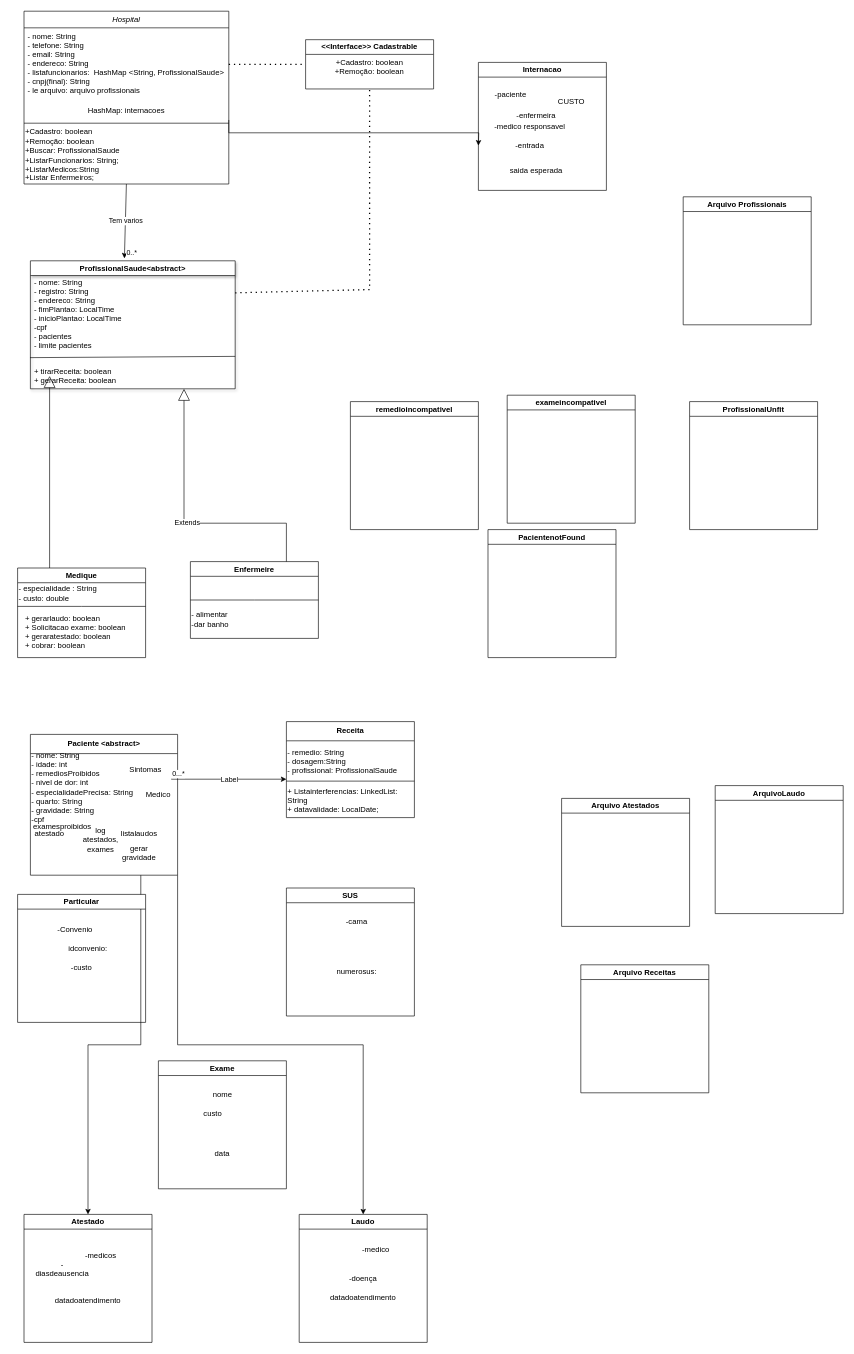
Earlier version of the draw.io diagram UML.drawio (Patricio-Andre/Trabalho-Final-MC322). Source tidied: cells renumbered, new cells numbered last; positions are measured from the earlier drawing's top-left corner, leaving out a move shared by most shapes. Both pictures are drawn from the tidied source at 64%, with x=0, y=0 at pixel (17, 11).
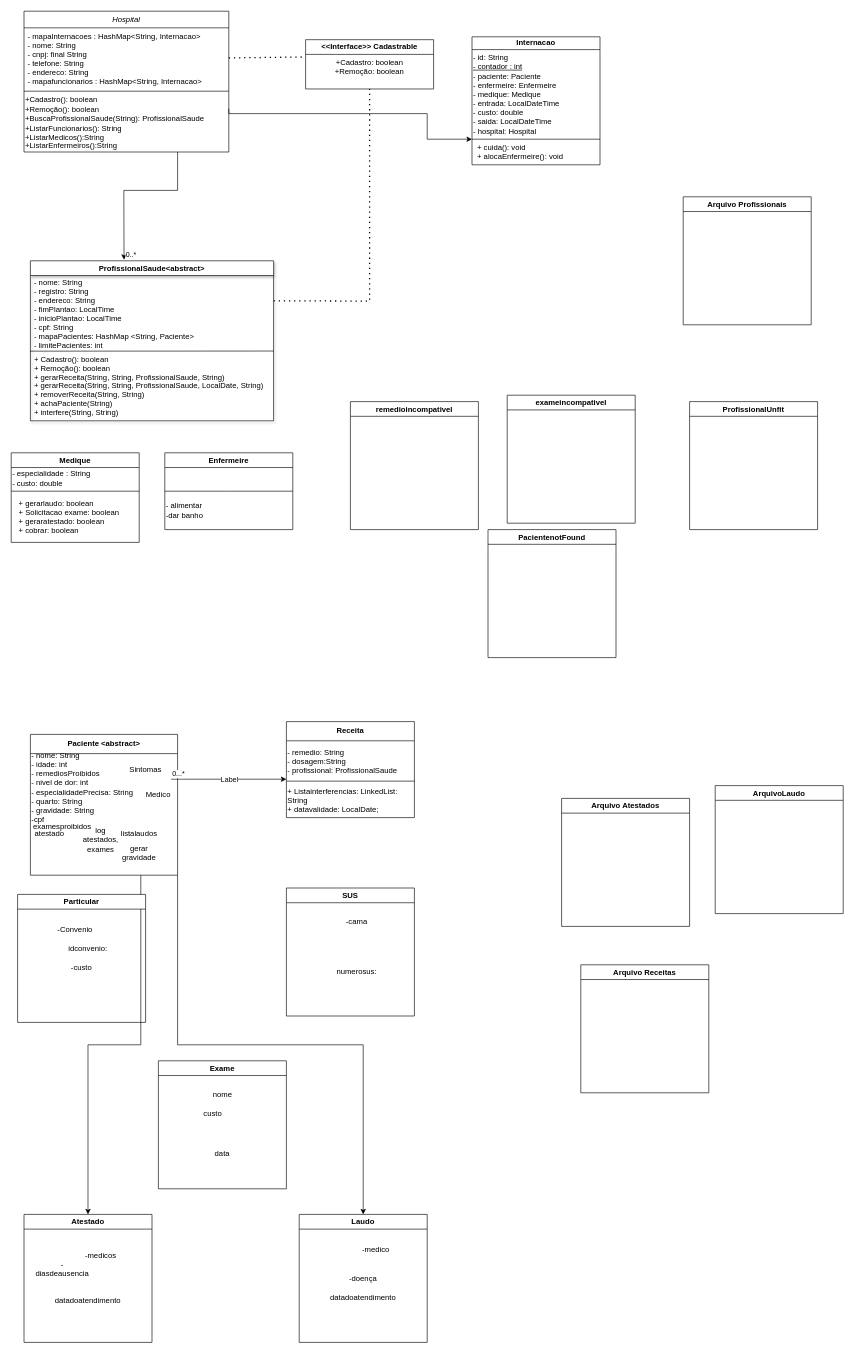
The same diagram, later.

Unchanged cells that the change refers to:
```xml
<mxCell id="8" value="&amp;lt;&amp;lt;Interface&amp;gt;&amp;gt; Cadastrable" style="swimlane;whiteSpace=wrap;html=1;" parent="1" vertex="1">
  <mxGeometry x="450" y="44.5" width="200" height="77" as="geometry" />
</mxCell>
<mxCell id="9" value="+Cadastro: boolean&lt;br&gt;+Remoção: boolean" style="text;html=1;strokeColor=none;fillColor=none;align=center;verticalAlign=middle;whiteSpace=wrap;rounded=0;" parent="8" vertex="1">
  <mxGeometry y="27" width="200" height="30" as="geometry" />
</mxCell>
```

What changed in the source:
```diff
@@
     <mxCell id="2" value="Hospital" style="swimlane;fontStyle=2;align=center;verticalAlign=top;horizontal=1;startSize=26;rounded=0;shadow=0;strokeWidth=1;" parent="1" vertex="1">
-      <mxGeometry x="10" width="320" height="270" as="geometry" />
+      <mxGeometry x="10" width="320" height="220" as="geometry" />
     </mxCell>
-    <mxCell id="3" value="- nome: String&#10;- telefone: String&#10;- email: String&#10;- endereco: String&#10;- listafuncionarios:  HashMap &lt;String, ProfissionalSaude&gt;&#10;- cnpj(final): String&#10;- le arquivo: arquivo profissionais" style="text;align=left;verticalAlign=top;spacingLeft=4;spacingRight=4;overflow=hidden;points=[[0,0.5],[1,0.5]];portConstraint=eastwest;" parent="2" vertex="1">
-      <mxGeometry y="26" width="320" height="114" as="geometry" />
+    <mxCell id="3" value="- mapaInternacoes : HashMap&lt;String, Internacao&gt;&#10;- nome: String &#10;- cnpj: final String &#10;- telefone: String &#10;- endereco: String&#10;- mapafuncionarios : HashMap&lt;String, Internacao&gt;" style="text;align=left;verticalAlign=top;spacingLeft=4;spacingRight=4;overflow=hidden;points=[[0,0.5],[1,0.5]];portConstraint=eastwest;" parent="2" vertex="1">
+      <mxGeometry y="26" width="320" height="94" as="geometry" />
     </mxCell>
-    <mxCell id="4" style="edgeStyle=orthogonalEdgeStyle;rounded=0;jettySize=auto;html=1;exitX=1;exitY=1;exitDx=0;exitDy=0;" parent="2" edge="1" source="5">
-      <mxGeometry relative="1" as="geometry">
-        <mxPoint x="710" y="210" as="targetPoint" />
-      </mxGeometry>
-    </mxCell>
-    <mxCell id="5" value="HashMap: internacoes" style="text;html=1;strokeColor=none;fillColor=none;align=center;verticalAlign=middle;whiteSpace=wrap;rounded=0;" parent="2" vertex="1">
-      <mxGeometry y="140" width="320" height="30" as="geometry" />
-    </mxCell>
     <mxCell id="6" style="line;html=1;strokeWidth=1;align=left;verticalAlign=middle;spacingTop=-1;spacingLeft=3;spacingRight=3;labelPosition=right;" parent="2" vertex="1">
-      <mxGeometry y="170" width="320" height="10" as="geometry" />
+      <mxGeometry y="120" width="320" height="10" as="geometry" />
     </mxCell>
-    <mxCell id="7" value="+Cadastro: boolean&lt;br&gt;+Remoção: boolean&lt;br&gt;+Buscar: ProfissionalSaude&lt;br&gt;+ListarFuncionarios: String;&lt;br&gt;+ListarMedicos:String&lt;br&gt;+Listar Enfermeiros;" style="text;html=1;strokeColor=none;fillColor=none;align=left;verticalAlign=middle;whiteSpace=wrap;rounded=0;" parent="2" vertex="1">
-      <mxGeometry y="180" width="320" height="90" as="geometry" />
+    <mxCell id="7" value="+Cadastro(): boolean&lt;br&gt;+Remoção(): boolean&lt;br&gt;+BuscaProfissionalSaude(String): ProfissionalSaude&lt;br&gt;+ListarFuncionarios(): String&lt;br&gt;+ListarMedicos():String&lt;br&gt;+ListarEnfermeiros():String" style="text;html=1;strokeColor=none;fillColor=none;align=left;verticalAlign=middle;whiteSpace=wrap;rounded=0;" parent="2" vertex="1">
+      <mxGeometry y="130" width="320" height="90" as="geometry" />
     </mxCell>
@@
-    <mxCell id="10" style="endArrow=none;dashed=1;html=1;dashPattern=1 3;strokeWidth=2;rounded=0;exitX=1;exitY=0.5;exitDx=0;exitDy=0;entryX=0;entryY=0.5;entryDx=0;entryDy=0;" parent="1" edge="1" source="3" target="8">
+    <mxCell id="10" style="endArrow=none;dashed=1;html=1;dashPattern=1 3;strokeWidth=2;rounded=0;exitX=1;exitY=0.5;exitDx=0;exitDy=0;entryX=0;entryY=0;entryDx=0;entryDy=0;" parent="1" edge="1" source="3" target="9">
       <mxGeometry relative="1" as="geometry" />
     </mxCell>
     <mxCell id="11" value="ProfissionalSaude&amp;lt;abstract&amp;gt;" style="swimlane;whiteSpace=wrap;html=1;shadow=1;" parent="1" vertex="1">
-      <mxGeometry x="20" y="390" width="320" height="200" as="geometry" />
+      <mxGeometry x="20" y="390" width="380" height="250" as="geometry" />
     </mxCell>
-    <mxCell id="12" value="- nome: String&#10;- registro: String&#10;- endereco: String&#10;- fimPlantao: LocalTime&#10;- inicioPlantao: LocalTime&#10;-cpf&#10;- pacientes&#10;- limite pacientes&#10;&#10;&#10;" style="text;align=left;verticalAlign=top;spacingLeft=4;spacingRight=4;overflow=hidden;points=[[0,0.5],[1,0.5]];portConstraint=eastwest;" parent="11" vertex="1">
-      <mxGeometry y="20" width="320" height="130" as="geometry" />
+    <mxCell id="12" value="- nome: String&#10;- registro: String&#10;- endereco: String&#10;- fimPlantao: LocalTime&#10;- inicioPlantao: LocalTime&#10;- cpf: String&#10;- mapaPacientes: HashMap &lt;String, Paciente&gt;&#10;- limitePacientes: int&#10;&#10;&#10;" style="text;align=left;verticalAlign=top;spacingLeft=4;spacingRight=4;overflow=hidden;points=[[0,0.5],[1,0.5]];portConstraint=eastwest;" parent="11" vertex="1">
+      <mxGeometry y="20" width="320" height="120" as="geometry" />
     </mxCell>
-    <mxCell id="13" style="edgeStyle=none;orthogonalLoop=1;jettySize=auto;html=1;rounded=0;exitX=-0.002;exitY=1.01;exitDx=0;exitDy=0;endArrow=none;endFill=0;exitPerimeter=0;entryX=1;entryY=0.995;entryDx=0;entryDy=0;entryPerimeter=0;" parent="11" edge="1" source="12" target="12">
-      <mxGeometry relative="1" as="geometry" />
+    <mxCell id="13" style="edgeStyle=none;jettySize=auto;html=1;rounded=0;exitX=-0.002;exitY=1.01;exitDx=0;exitDy=0;endArrow=none;endFill=0;exitPerimeter=0;" parent="11" edge="1" source="12">
+      <mxGeometry relative="1" as="geometry">
+        <mxPoint x="380" y="141" as="targetPoint" />
+      </mxGeometry>
     </mxCell>
-    <mxCell id="14" value="+ tirarReceita: boolean&#10;+ gerarReceita: boolean" style="text;align=left;verticalAlign=top;spacingLeft=4;spacingRight=4;overflow=hidden;" parent="11" vertex="1">
-      <mxGeometry y="160" width="320" height="30" as="geometry" />
+    <mxCell id="14" value="+ Cadastro(): boolean&#10;+ Remoção(): boolean&#10;+ gerarReceita(String, String, ProfissionalSaude, String)&#10;+ gerarReceita(String, String, ProfissionalSaude, LocalDate, String)&#10;+ removerReceita(String, String)&#10;+ achaPaciente(String)&#10;+ interfere(String, String)" style="text;align=left;verticalAlign=top;spacingLeft=4;spacingRight=4;overflow=hidden;" parent="11" vertex="1">
+      <mxGeometry y="140" width="380" height="110" as="geometry" />
     </mxCell>
-    <mxCell id="15" style="endArrow=classic;html=1;rounded=0;entryX=0.459;entryY=-0.019;entryDx=0;entryDy=0;exitX=0.5;exitY=1;exitDx=0;exitDy=0;entryPerimeter=0;" parent="1" edge="1" source="7" target="11">
-      <mxGeometry relative="1" as="geometry" />
+    <mxCell id="15" style="endArrow=classic;html=1;rounded=0;entryX=0.385;entryY=-0.006;entryDx=0;entryDy=0;entryPerimeter=0;exitX=0.75;exitY=1;exitDx=0;exitDy=0;" parent="1" edge="1" source="7" target="11">
+      <mxGeometry relative="1" as="geometry">
+        <Array as="points">
+          <mxPoint x="250" y="280" />
+          <mxPoint x="166" y="280" />
+        </Array>
+      </mxGeometry>
     </mxCell>
-    <mxCell id="16" value="Tem varios" style="edgeLabel;html=1;align=center;verticalAlign=middle;" parent="15" vertex="1">
-      <mxGeometry relative="1" as="geometry" />
-    </mxCell>
@@
     <mxCell id="18" style="endArrow=none;dashed=1;html=1;dashPattern=1 3;strokeWidth=2;rounded=0;entryX=0.5;entryY=1;entryDx=0;entryDy=0;exitX=1;exitY=0.25;exitDx=0;exitDy=0;" parent="1" edge="1" source="11" target="8">
       <mxGeometry relative="1" as="geometry">
         <Array as="points">
-          <mxPoint x="550" y="435" />
+          <mxPoint x="550" y="453" />
         </Array>
       </mxGeometry>
     </mxCell>
-    <mxCell id="19" style="edgeStyle=orthogonalEdgeStyle;rounded=0;jettySize=auto;html=1;exitX=0.25;exitY=0;exitDx=0;exitDy=0;endArrow=block;endFill=0;endSize=16;" parent="1" edge="1" source="20">
-      <mxGeometry relative="1" as="geometry">
-        <mxPoint x="50" y="570" as="targetPoint" />
-        <Array as="points">
-          <mxPoint x="50" y="570" />
-        </Array>
-      </mxGeometry>
-    </mxCell>
     <mxCell id="20" value="Medique" style="swimlane;whiteSpace=wrap;html=1;" parent="1" vertex="1">
-      <mxGeometry y="870" width="200" height="140" as="geometry" />
+      <mxGeometry x="-10" y="690" width="200" height="140" as="geometry" />
     </mxCell>
@@
     <mxCell id="24" value="Enfermeire" style="swimlane;whiteSpace=wrap;html=1;" parent="1" vertex="1">
-      <mxGeometry x="270" y="860" width="200" height="120" as="geometry" />
+      <mxGeometry x="230" y="690" width="200" height="120" as="geometry" />
     </mxCell>
@@
-    <mxCell id="27" value="Extends" style="endArrow=block;endSize=16;endFill=0;html=1;rounded=0;exitX=0.75;exitY=0;exitDx=0;exitDy=0;entryX=0.75;entryY=1;entryDx=0;entryDy=0;" parent="1" edge="1" source="24" target="11">
-      <mxGeometry relative="1" as="geometry">
-        <Array as="points">
-          <mxPoint x="420" y="800" />
-          <mxPoint x="260" y="800" />
-        </Array>
-      </mxGeometry>
-    </mxCell>
@@
-    <mxCell id="65" value="Internacao" style="swimlane;whiteSpace=wrap;html=1;startSize=23;" parent="1" vertex="1">
-      <mxGeometry x="720" y="80" width="200" height="200" as="geometry" />
+    <mxCell id="65" value="Internacao" style="swimlane;whiteSpace=wrap;html=1;startSize=20;" parent="1" vertex="1">
+      <mxGeometry x="710" y="40" width="200" height="200" as="geometry" />
     </mxCell>
-    <mxCell id="66" value="&lt;div&gt;CUSTO&lt;/div&gt;" style="text;html=1;align=center;verticalAlign=middle;strokeColor=none;fillColor=none;" parent="65" vertex="1">
-      <mxGeometry x="115" y="47" width="60" height="30" as="geometry" />
-    </mxCell>
-    <mxCell id="67" value="-paciente" style="text;html=1;align=center;verticalAlign=middle;strokeColor=none;fillColor=none;" parent="1" vertex="1">
-      <mxGeometry x="735" y="115" width="70" height="30" as="geometry" />
-    </mxCell>
-    <mxCell id="68" value="-medico responsavel" style="text;html=1;align=center;verticalAlign=middle;strokeColor=none;fillColor=none;" parent="1" vertex="1">
-      <mxGeometry x="735" y="165" width="130" height="30" as="geometry" />
-    </mxCell>
-    <mxCell id="69" value="-entrada" style="text;html=1;align=center;verticalAlign=middle;strokeColor=none;fillColor=none;" parent="1" vertex="1">
-      <mxGeometry x="765" y="195" width="70" height="30" as="geometry" />
-    </mxCell>
-    <mxCell id="70" value="saida esperada" style="text;html=1;align=center;verticalAlign=middle;strokeColor=none;fillColor=none;" parent="1" vertex="1">
-      <mxGeometry x="755" y="235" width="110" height="30" as="geometry" />
-    </mxCell>
+    <mxCell id="80" value="- id: String&lt;br&gt;&lt;u&gt;- contador : int&lt;/u&gt;&lt;br&gt;- paciente: Paciente&lt;br&gt;- enfermeire: Enfermeire&lt;br&gt;- medique: Medique&lt;br&gt;- entrada: LocalDateTime&lt;br&gt;- custo: double&lt;br&gt;- saida: LocalDateTime&lt;br&gt;- hospital: Hospital" style="text;strokeColor=none;align=left;fillColor=none;html=1;verticalAlign=middle;whiteSpace=wrap;rounded=0;" parent="65" vertex="1">
+      <mxGeometry y="20" width="200" height="140" as="geometry" />
+    </mxCell>
+    <mxCell id="81" style="endArrow=none;html=1;rounded=0;exitX=0;exitY=1;exitDx=0;exitDy=0;entryX=1;entryY=1;entryDx=0;entryDy=0;" parent="65" edge="1" source="80" target="80">
+      <mxGeometry relative="1" as="geometry" />
+    </mxCell>
+    <mxCell id="82" value="&lt;div style=&quot;text-align: left;&quot;&gt;&lt;span style=&quot;background-color: initial;&quot;&gt;+ cuida(): void&lt;/span&gt;&lt;/div&gt;&lt;div style=&quot;text-align: left;&quot;&gt;&lt;span style=&quot;background-color: initial;&quot;&gt;+ alocaEnfermeire(): void&lt;/span&gt;&lt;/div&gt;" style="text;html=1;align=center;verticalAlign=middle;strokeColor=none;fillColor=none;" parent="65" vertex="1">
+      <mxGeometry x="-5" y="160" width="160" height="40" as="geometry" />
+    </mxCell>
@@
-    <mxCell id="74" value="&lt;div&gt;-enfermeira&lt;/div&gt;" style="text;html=1;align=center;verticalAlign=middle;strokeColor=none;fillColor=none;" parent="1" vertex="1">
-      <mxGeometry x="770" y="148" width="80" height="30" as="geometry" />
-    </mxCell>
@@
+    <mxCell id="4" style="edgeStyle=orthogonalEdgeStyle;rounded=0;jettySize=auto;html=1;exitX=1;exitY=0.25;exitDx=0;exitDy=0;" parent="1" edge="1" source="7">
+      <mxGeometry relative="1" as="geometry">
+        <mxPoint x="710" y="200" as="targetPoint" />
+        <Array as="points">
+          <mxPoint x="330" y="160" />
+          <mxPoint x="640" y="160" />
+          <mxPoint x="640" y="200" />
+        </Array>
+      </mxGeometry>
+    </mxCell>
```
